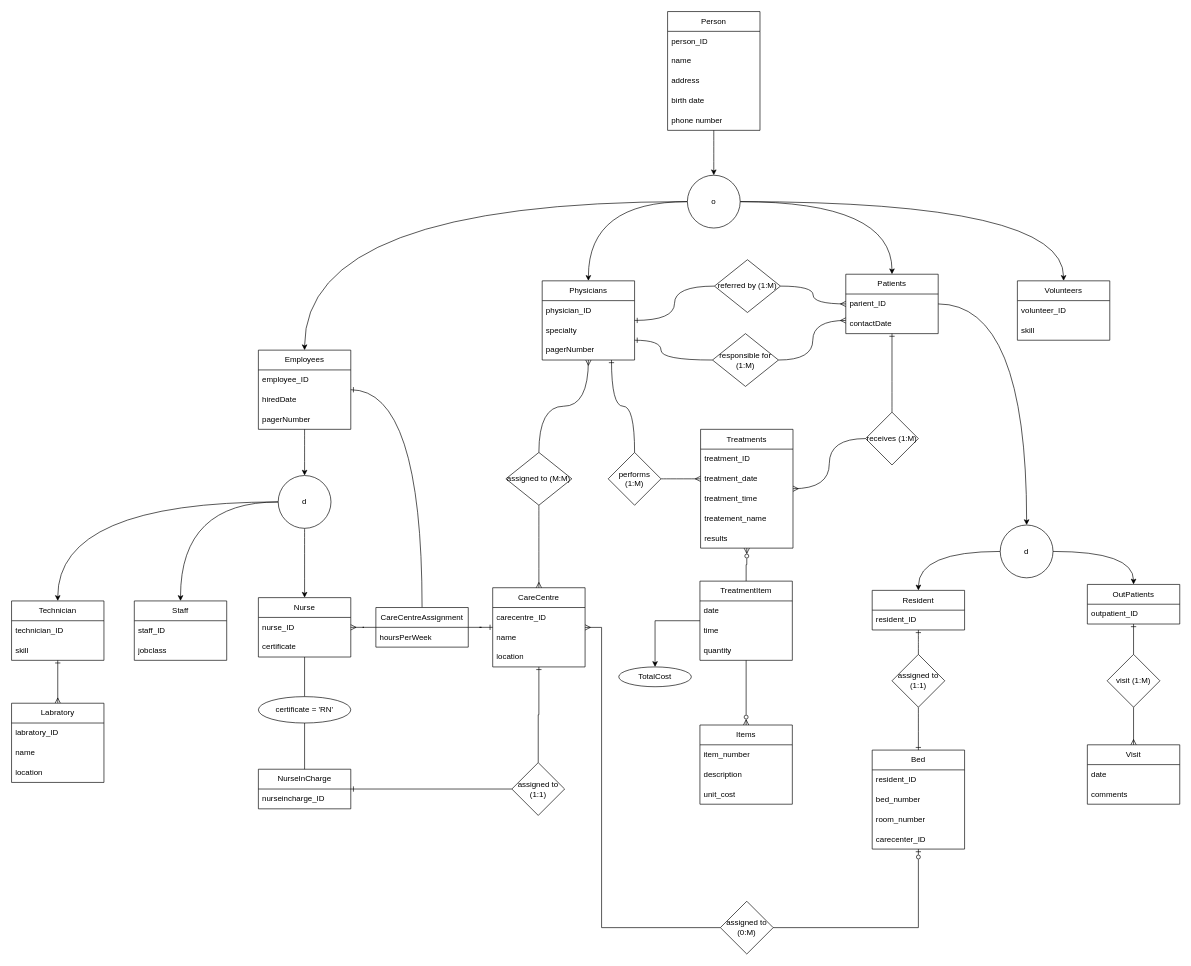
Before: page "RVH EER" (1 of 2) of Final Project/eer diagram.drawio in malcolmsdad/COMP378, a draw.io diagram. Source tidied: cells renumbered, new cells numbered last; positions are measured from the earlier drawing's top-left corner, leaving out a move shared by most shapes. Both pictures are drawn from the tidied source at 66%, with x=0, y=0 at pixel (11, 11).
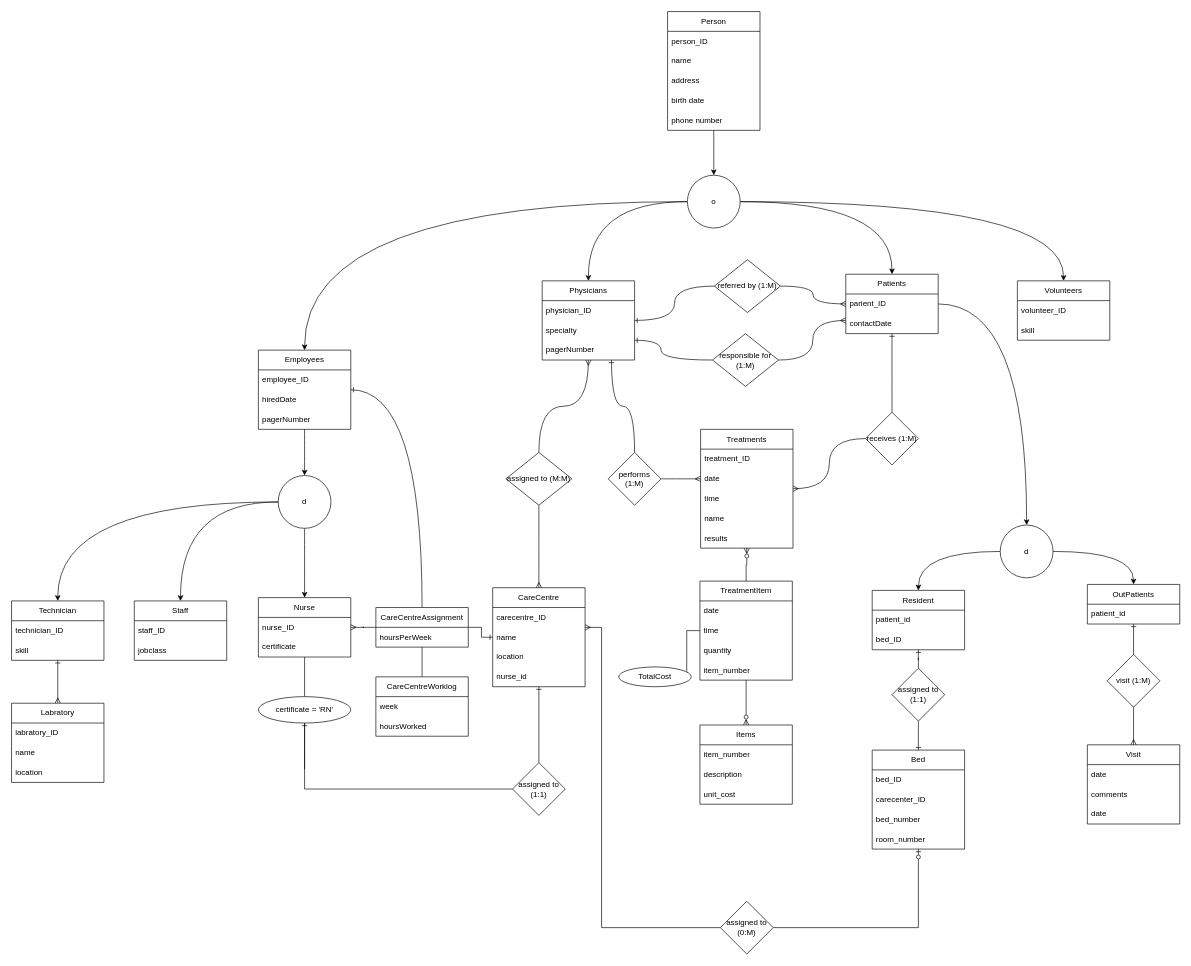
Above is the later version.

Unchanged cells that the change refers to:
```xml
<mxCell id="42" value="OutPatients" style="swimlane;fontStyle=0;horizontal=1;startSize=30;whiteSpace=wrap;html=1;rounded=0;curved=1;" parent="1" vertex="1">
  <mxGeometry x="1630" y="868" width="140" height="60" as="geometry" />
</mxCell>
<mxCell id="48" value="Bed" style="swimlane;fontStyle=0;horizontal=1;startSize=30;whiteSpace=wrap;html=1;rounded=0;curved=1;" parent="1" vertex="1">
  <mxGeometry x="1304" y="1119" width="140" height="150" as="geometry" />
</mxCell>
<mxCell id="61" value="Treatments" style="swimlane;fontStyle=0;horizontal=1;startSize=30;whiteSpace=wrap;html=1;rounded=0;curved=1;" parent="1" vertex="1">
  <mxGeometry x="1044" y="633" width="140" height="180" as="geometry" />
</mxCell>
<mxCell id="99" value="&lt;div&gt;certificate = 'RN'&lt;/div&gt;" style="ellipse;whiteSpace=wrap;html=1;shapeInside=1;fontStyle=0;startSize=30;horizontal=1;rounded=0;curved=1;" parent="1" vertex="1">
  <mxGeometry x="374" y="1038" width="140" height="40" as="geometry" />
</mxCell>
<mxCell id="119" value="CareCentreAssignment" style="swimlane;fontStyle=0;horizontal=1;startSize=30;whiteSpace=wrap;html=1;" parent="1" vertex="1">
  <mxGeometry x="552" y="903" width="140" height="60" as="geometry" />
</mxCell>
```

Diff of the diagram source:
```diff
@@
     <mxCell id="38" value="Visit" style="swimlane;fontStyle=0;horizontal=1;startSize=30;whiteSpace=wrap;html=1;rounded=0;curved=1;" parent="1" vertex="1">
-      <mxGeometry x="1630" y="1111" width="140" height="90" as="geometry" />
+      <mxGeometry x="1630" y="1111" width="140" height="120" as="geometry" />
     </mxCell>
@@
+    <mxCell id="122" value="date" style="text;strokeColor=none;fillColor=none;align=left;verticalAlign=middle;spacingLeft=4;spacingRight=4;overflow=hidden;whiteSpace=wrap;html=1;rounded=0;curved=1;" parent="38" vertex="1">
+      <mxGeometry y="90" width="140" height="30" as="geometry" />
+    </mxCell>
@@
-    <mxCell id="43" value="outpatient_ID" style="text;strokeColor=none;fillColor=none;align=left;verticalAlign=middle;spacingLeft=4;spacingRight=4;overflow=hidden;whiteSpace=wrap;html=1;rounded=0;curved=1;" parent="42" vertex="1">
+    <mxCell id="43" value="patient_id" style="text;strokeColor=none;fillColor=none;align=left;verticalAlign=middle;spacingLeft=4;spacingRight=4;overflow=hidden;whiteSpace=wrap;html=1;rounded=0;curved=1;" parent="42" vertex="1">
       <mxGeometry y="30" width="140" height="30" as="geometry" />
     </mxCell>
@@
     <mxCell id="45" value="Resident" style="swimlane;fontStyle=0;horizontal=1;startSize=30;whiteSpace=wrap;html=1;rounded=0;curved=1;" parent="1" vertex="1">
-      <mxGeometry x="1304" y="877" width="140" height="60" as="geometry" />
+      <mxGeometry x="1304" y="877" width="140" height="90" as="geometry" />
     </mxCell>
-    <mxCell id="46" value="resident_ID" style="text;strokeColor=none;fillColor=none;align=left;verticalAlign=middle;spacingLeft=4;spacingRight=4;overflow=hidden;whiteSpace=wrap;html=1;rounded=0;curved=1;" parent="45" vertex="1">
+    <mxCell id="46" value="patient_id" style="text;strokeColor=none;fillColor=none;align=left;verticalAlign=middle;spacingLeft=4;spacingRight=4;overflow=hidden;whiteSpace=wrap;html=1;rounded=0;curved=1;" parent="45" vertex="1">
       <mxGeometry y="30" width="140" height="30" as="geometry" />
     </mxCell>
+    <mxCell id="123" value="bed_ID" style="text;strokeColor=none;fillColor=none;align=left;verticalAlign=middle;spacingLeft=4;spacingRight=4;overflow=hidden;whiteSpace=wrap;html=1;rounded=0;curved=1;" parent="45" vertex="1">
+      <mxGeometry y="60" width="140" height="30" as="geometry" />
+    </mxCell>
@@
-    <mxCell id="49" value="resident_ID" style="text;strokeColor=none;fillColor=none;align=left;verticalAlign=middle;spacingLeft=4;spacingRight=4;overflow=hidden;whiteSpace=wrap;html=1;rounded=0;curved=1;" parent="48" vertex="1">
+    <mxCell id="49" value="bed_ID" style="text;strokeColor=none;fillColor=none;align=left;verticalAlign=middle;spacingLeft=4;spacingRight=4;overflow=hidden;whiteSpace=wrap;html=1;rounded=0;curved=1;" parent="48" vertex="1">
       <mxGeometry y="30" width="140" height="30" as="geometry" />
     </mxCell>
+    <mxCell id="52" value="carecenter_ID" style="text;strokeColor=none;fillColor=none;align=left;verticalAlign=middle;spacingLeft=4;spacingRight=4;overflow=hidden;whiteSpace=wrap;html=1;rounded=0;curved=1;" parent="48" vertex="1">
+      <mxGeometry y="60" width="140" height="30" as="geometry" />
+    </mxCell>
     <mxCell id="50" value="bed_number" style="text;strokeColor=none;fillColor=none;align=left;verticalAlign=middle;spacingLeft=4;spacingRight=4;overflow=hidden;whiteSpace=wrap;html=1;rounded=0;curved=1;" parent="48" vertex="1">
-      <mxGeometry y="60" width="140" height="30" as="geometry" />
+      <mxGeometry y="90" width="140" height="30" as="geometry" />
     </mxCell>
     <mxCell id="51" value="room_number" style="text;strokeColor=none;fillColor=none;align=left;verticalAlign=middle;spacingLeft=4;spacingRight=4;overflow=hidden;whiteSpace=wrap;html=1;rounded=0;curved=1;" parent="48" vertex="1">
-      <mxGeometry y="90" width="140" height="30" as="geometry" />
+      <mxGeometry y="120" width="140" height="30" as="geometry" />
     </mxCell>
-    <mxCell id="52" value="carecenter_ID" style="text;strokeColor=none;fillColor=none;align=left;verticalAlign=middle;spacingLeft=4;spacingRight=4;overflow=hidden;whiteSpace=wrap;html=1;rounded=0;curved=1;" parent="48" vertex="1">
-      <mxGeometry y="120" width="140" height="30" as="geometry" />
-    </mxCell>
@@
     <mxCell id="54" value="assigned to (1:1)" style="rhombus;whiteSpace=wrap;html=1;shapeInside=1;rounded=0;curved=1;" parent="1" vertex="1">
-      <mxGeometry x="1334" y="974" width="80" height="80" as="geometry" />
+      <mxGeometry x="1334" y="995" width="80" height="80" as="geometry" />
     </mxCell>
@@
-    <mxCell id="63" value="treatment_date" style="text;strokeColor=none;fillColor=none;align=left;verticalAlign=middle;spacingLeft=4;spacingRight=4;overflow=hidden;points=[[0,0.5],[1,0.5]];portConstraint=eastwest;whiteSpace=wrap;html=1;rounded=0;curved=1;" parent="61" vertex="1">
+    <mxCell id="63" value="date" style="text;strokeColor=none;fillColor=none;align=left;verticalAlign=middle;spacingLeft=4;spacingRight=4;overflow=hidden;points=[[0,0.5],[1,0.5]];portConstraint=eastwest;whiteSpace=wrap;html=1;rounded=0;curved=1;" parent="61" vertex="1">
       <mxGeometry y="60" width="140" height="30" as="geometry" />
     </mxCell>
-    <mxCell id="64" value="treatment_time" style="text;strokeColor=none;fillColor=none;align=left;verticalAlign=middle;spacingLeft=4;spacingRight=4;overflow=hidden;whiteSpace=wrap;html=1;rounded=0;curved=1;" parent="61" vertex="1">
+    <mxCell id="64" value="time" style="text;strokeColor=none;fillColor=none;align=left;verticalAlign=middle;spacingLeft=4;spacingRight=4;overflow=hidden;whiteSpace=wrap;html=1;rounded=0;curved=1;" parent="61" vertex="1">
       <mxGeometry y="90" width="140" height="30" as="geometry" />
     </mxCell>
-    <mxCell id="65" value="treatement_name" style="text;strokeColor=none;fillColor=none;align=left;verticalAlign=middle;spacingLeft=4;spacingRight=4;overflow=hidden;whiteSpace=wrap;html=1;rounded=0;curved=1;" parent="61" vertex="1">
+    <mxCell id="65" value="name" style="text;strokeColor=none;fillColor=none;align=left;verticalAlign=middle;spacingLeft=4;spacingRight=4;overflow=hidden;whiteSpace=wrap;html=1;rounded=0;curved=1;" parent="61" vertex="1">
       <mxGeometry y="120" width="140" height="30" as="geometry" />
     </mxCell>
@@
     <mxCell id="91" value="CareCentre" style="swimlane;fontStyle=0;horizontal=1;startSize=30;whiteSpace=wrap;html=1;" parent="1" vertex="1">
-      <mxGeometry x="729" y="873" width="140" height="120" as="geometry" />
+      <mxGeometry x="729" y="873" width="140" height="150" as="geometry" />
     </mxCell>
@@
+    <mxCell id="124" value="nurse_id" style="text;strokeColor=none;fillColor=none;align=left;verticalAlign=middle;spacingLeft=4;spacingRight=4;overflow=hidden;whiteSpace=wrap;html=1;" parent="91" vertex="1">
+      <mxGeometry y="120" width="140" height="30" as="geometry" />
+    </mxCell>
-    <mxCell id="95" style="edgeStyle=orthogonalEdgeStyle;rounded=0;jettySize=auto;html=1;startArrow=ERone;startFill=0;endArrow=none;endFill=0;" parent="1" edge="1" source="96" target="101">
-      <mxGeometry relative="1" as="geometry" />
+    <mxCell id="95" style="edgeStyle=orthogonalEdgeStyle;rounded=0;jettySize=auto;html=1;startArrow=ERone;startFill=0;endArrow=none;endFill=0;" parent="1" edge="1" source="99" target="101">
+      <mxGeometry relative="1" as="geometry">
+        <Array as="points">
+          <mxPoint x="444" y="1178" />
+        </Array>
+      </mxGeometry>
     </mxCell>
-    <mxCell id="96" value="NurseInCharge" style="swimlane;fontStyle=0;horizontal=1;startSize=30;whiteSpace=wrap;html=1;" parent="1" vertex="1">
-      <mxGeometry x="374" y="1148" width="140" height="60" as="geometry" />
-    </mxCell>
-    <mxCell id="97" value="nurseincharge_ID" style="text;strokeColor=none;fillColor=none;align=left;verticalAlign=middle;spacingLeft=4;spacingRight=4;overflow=hidden;whiteSpace=wrap;html=1;" parent="96" vertex="1">
-      <mxGeometry y="30" width="140" height="30" as="geometry" />
-    </mxCell>
-    <mxCell id="98" style="edgeStyle=orthogonalEdgeStyle;rounded=0;jettySize=auto;html=1;endArrow=none;endFill=0;" parent="1" edge="1" source="99" target="96">
-      <mxGeometry relative="1" as="geometry" />
+    <mxCell id="98" style="edgeStyle=orthogonalEdgeStyle;rounded=0;jettySize=auto;html=1;endArrow=none;endFill=0;" parent="1" edge="1" source="99">
+      <mxGeometry relative="1" as="geometry">
+        <mxPoint x="444" y="1148" as="targetPoint" />
+      </mxGeometry>
     </mxCell>
@@
     <mxCell id="101" value="assigned to (1:1)" style="rhombus;whiteSpace=wrap;html=1;shapeInside=1;fontStyle=0;startSize=30;horizontal=1;" parent="1" vertex="1">
-      <mxGeometry x="758" y="1138" width="80" height="80" as="geometry" />
+      <mxGeometry x="759" y="1138" width="80" height="80" as="geometry" />
     </mxCell>
@@
     <mxCell id="115" value="TreatmentItem" style="swimlane;fontStyle=0;horizontal=1;startSize=30;whiteSpace=wrap;html=1;rounded=0;curved=1;" parent="1" vertex="1">
-      <mxGeometry x="1043" y="863" width="140" height="120" as="geometry" />
+      <mxGeometry x="1043" y="863" width="140" height="150" as="geometry" />
     </mxCell>
@@
+    <mxCell id="125" value="item_number" style="text;strokeColor=none;fillColor=none;align=left;verticalAlign=middle;spacingLeft=4;spacingRight=4;overflow=hidden;whiteSpace=wrap;html=1;rounded=0;curved=1;" parent="115" vertex="1">
+      <mxGeometry y="120" width="140" height="30" as="geometry" />
+    </mxCell>
+    <mxCell id="126" style="edgeStyle=orthogonalEdgeStyle;rounded=0;jettySize=auto;html=1;endArrow=none;endFill=0;" parent="1" edge="1" source="119" target="127">
+      <mxGeometry relative="1" as="geometry" />
+    </mxCell>
@@
+    <mxCell id="127" value="CareCentreWorklog" style="swimlane;fontStyle=0;horizontal=1;startSize=30;whiteSpace=wrap;html=1;" parent="1" vertex="1">
+      <mxGeometry x="552" y="1008" width="140" height="90" as="geometry" />
+    </mxCell>
+    <mxCell id="128" value="week" style="text;strokeColor=none;fillColor=none;align=left;verticalAlign=middle;spacingLeft=4;spacingRight=4;overflow=hidden;whiteSpace=wrap;html=1;" parent="127" vertex="1">
+      <mxGeometry y="30" width="140" height="30" as="geometry" />
+    </mxCell>
+    <mxCell id="129" value="hoursWorked" style="text;strokeColor=none;fillColor=none;align=left;verticalAlign=middle;spacingLeft=4;spacingRight=4;overflow=hidden;whiteSpace=wrap;html=1;" parent="127" vertex="1">
+      <mxGeometry y="60" width="140" height="30" as="geometry" />
+    </mxCell>
```
